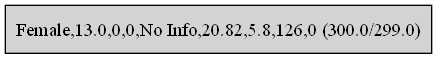
Above: static/tree.png in BleeeesJc/SisIII (Graphviz), before the change. Its source is kept beside it as static/tree.dot. Its diagram source:
```dot
digraph J48Tree {
N0 [label="Female,13.0,0,0,No Info,20.82,5.8,126,0 (300.0/299.0)" shape=box style=filled ]
}
```
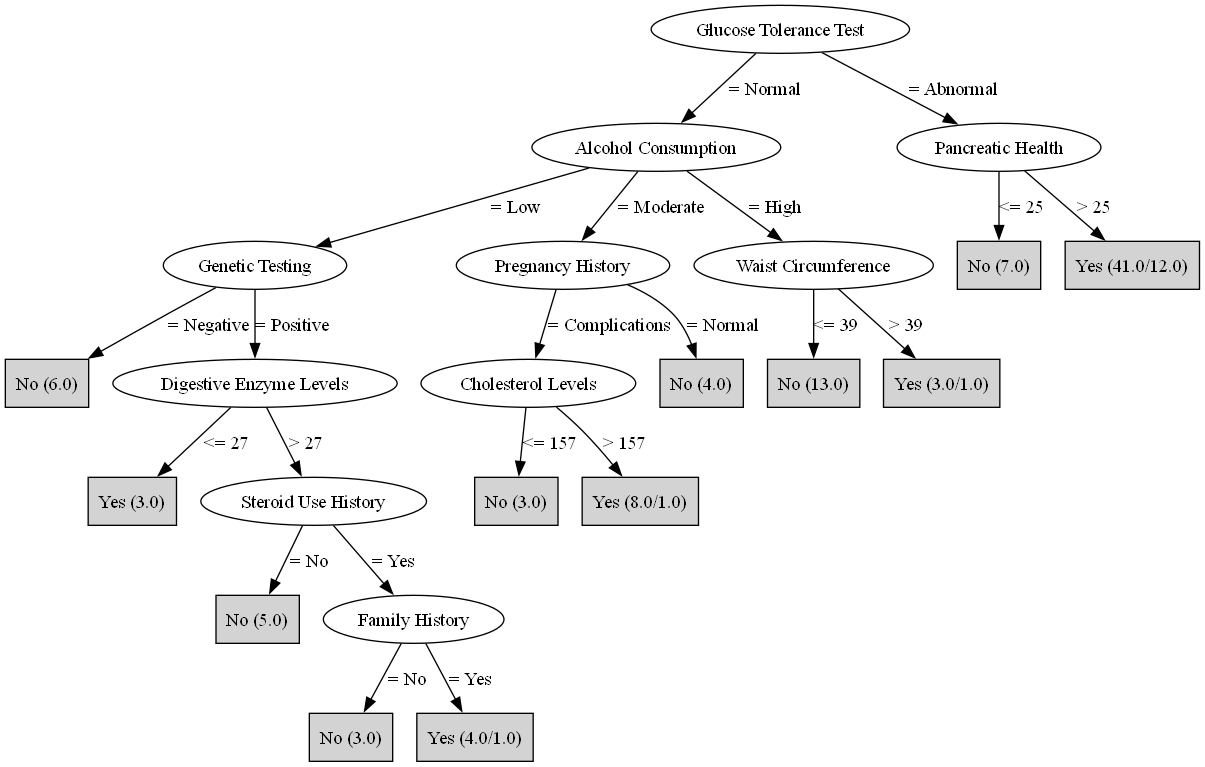
The same diagram one commit later.

Change to the diagram source:
```diff
@@ -1,3 +1,45 @@
 digraph J48Tree {
-N0 [label="Female,13.0,0,0,No Info,20.82,5.8,126,0 (300.0/299.0)" shape=box style=filled ]
+N0 [label="Glucose Tolerance Test" ]
+N0->N1 [label="= Normal"]
+N1 [label="Alcohol Consumption" ]
+N1->N2 [label="= Low"]
+N2 [label="Genetic Testing" ]
+N2->N3 [label="= Negative"]
+N3 [label="No (6.0)" shape=box style=filled ]
+N2->N4 [label="= Positive"]
+N4 [label="Digestive Enzyme Levels" ]
+N4->N5 [label="<= 27"]
+N5 [label="Yes (3.0)" shape=box style=filled ]
+N4->N6 [label="> 27"]
+N6 [label="Steroid Use History" ]
+N6->N7 [label="= No"]
+N7 [label="No (5.0)" shape=box style=filled ]
+N6->N8 [label="= Yes"]
+N8 [label="Family History" ]
+N8->N9 [label="= No"]
+N9 [label="No (3.0)" shape=box style=filled ]
+N8->N10 [label="= Yes"]
+N10 [label="Yes (4.0/1.0)" shape=box style=filled ]
+N1->N11 [label="= Moderate"]
+N11 [label="Pregnancy History" ]
+N11->N12 [label="= Complications"]
+N12 [label="Cholesterol Levels" ]
+N12->N13 [label="<= 157"]
+N13 [label="No (3.0)" shape=box style=filled ]
+N12->N14 [label="> 157"]
+N14 [label="Yes (8.0/1.0)" shape=box style=filled ]
+N11->N15 [label="= Normal"]
+N15 [label="No (4.0)" shape=box style=filled ]
+N1->N16 [label="= High"]
+N16 [label="Waist Circumference" ]
+N16->N17 [label="<= 39"]
+N17 [label="No (13.0)" shape=box style=filled ]
+N16->N18 [label="> 39"]
+N18 [label="Yes (3.0/1.0)" shape=box style=filled ]
+N0->N19 [label="= Abnormal"]
+N19 [label="Pancreatic Health" ]
+N19->N20 [label="<= 25"]
+N20 [label="No (7.0)" shape=box style=filled ]
+N19->N21 [label="> 25"]
+N21 [label="Yes (41.0/12.0)" shape=box style=filled ]
 }
```
